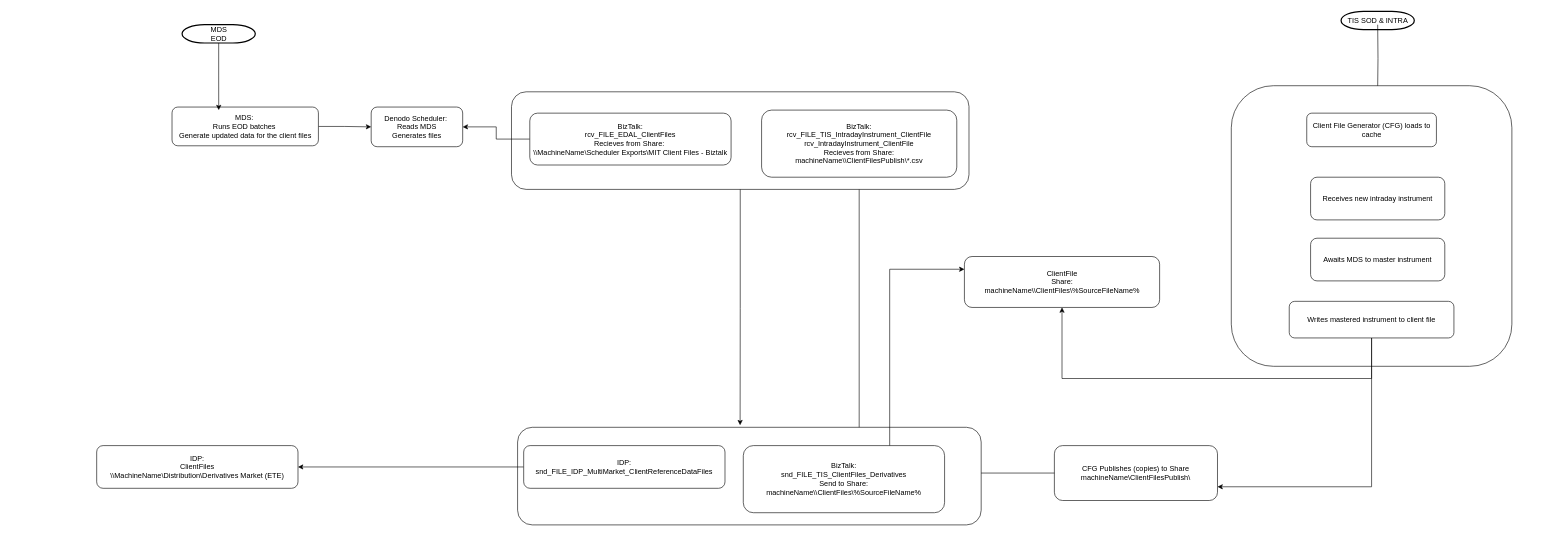
This is page "Page-1" (1 of 2) of ClientFiles.drawio from ByMadiba/Sandbox, a draw.io file, before an edit. Source tidied: cells renumbered, new cells numbered last; positions are measured from the earlier drawing's top-left corner, leaving out a move shared by most shapes. Both pictures are drawn from the tidied source at 61%, with x=0, y=0 at pixel (96, 11).
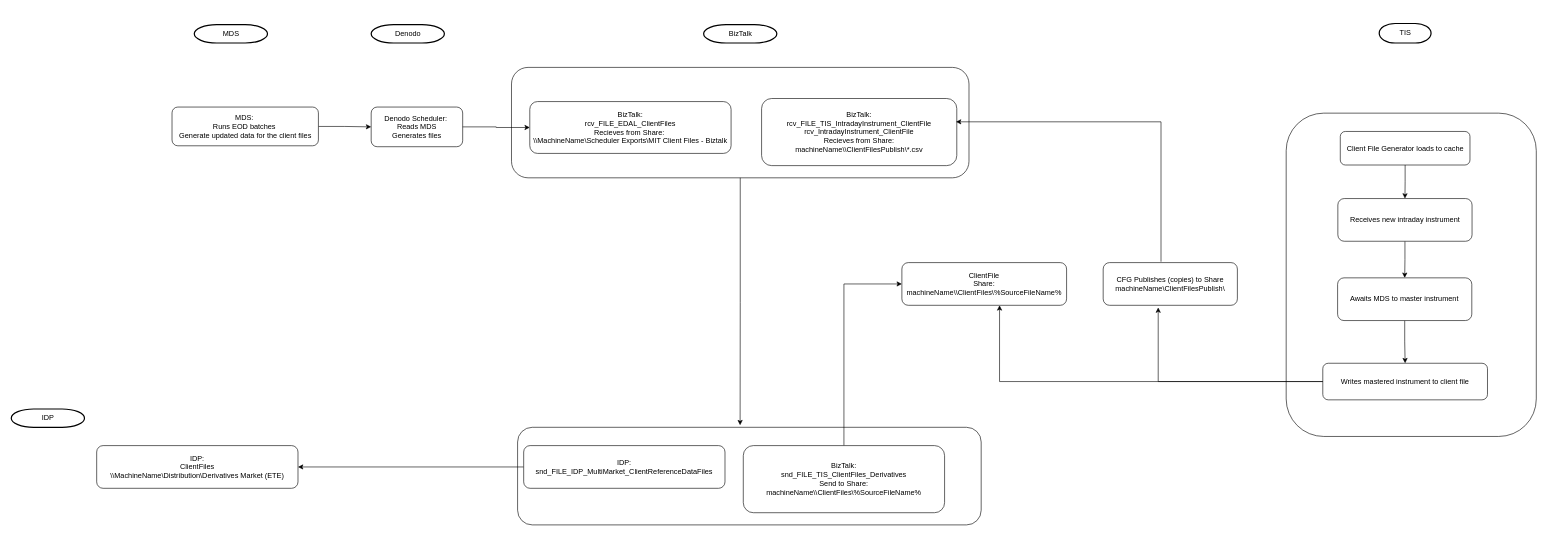
The same diagram, later.

Unchanged cells that the change refers to:
```xml
<mxCell id="3" value="Denodo Scheduler:&amp;nbsp;&lt;br style=&quot;border-color: var(--border-color);&quot;&gt;&lt;span style=&quot;&quot;&gt;Reads MDS&lt;/span&gt;&lt;br style=&quot;border-color: var(--border-color);&quot;&gt;&lt;span style=&quot;&quot;&gt;Generates files&lt;/span&gt;" style="rounded=1;whiteSpace=wrap;html=1;" parent="1" vertex="1">
  <mxGeometry x="450" y="157" width="150" height="65" as="geometry" />
</mxCell>
<mxCell id="5" value="MDS:&amp;nbsp;&lt;div style=&quot;border-color: var(--border-color);&quot;&gt;Runs EOD batches&amp;nbsp;&lt;/div&gt;&lt;div style=&quot;border-color: var(--border-color);&quot;&gt;Generate updated data for the client files&lt;/div&gt;" style="rounded=1;whiteSpace=wrap;html=1;" parent="1" vertex="1">
  <mxGeometry x="123.5" y="157" width="240" height="63.5" as="geometry" />
</mxCell>
<mxCell id="13" value="BizTalk:&lt;br style=&quot;border-color: var(--border-color);&quot;&gt;&lt;span style=&quot;&quot;&gt;snd_FILE_TIS_ClientFiles_Derivatives&lt;/span&gt;&lt;br style=&quot;border-color: var(--border-color);&quot;&gt;&lt;span style=&quot;&quot;&gt;Send to Share:&lt;/span&gt;&lt;br style=&quot;border-color: var(--border-color);&quot;&gt;&lt;span style=&quot;&quot;&gt;machineName\\ClientFiles\%SourceFileName%&lt;/span&gt;" style="rounded=1;whiteSpace=wrap;html=1;" parent="1" vertex="1">
  <mxGeometry x="1060" y="712" width="330" height="110" as="geometry" />
</mxCell>
```

Change to the diagram source:
```diff
@@
-    <mxCell id="2" value="MDS&lt;br&gt;EOD" style="shape=mxgraph.flowchart.terminator;strokeWidth=2;gradientColor=none;gradientDirection=north;fontStyle=0;html=1;" parent="1" vertex="1">
-      <mxGeometry x="140" y="22" width="120" height="30" as="geometry" />
+    <mxCell id="2" value="MDS" style="shape=mxgraph.flowchart.terminator;strokeWidth=2;gradientColor=none;gradientDirection=north;fontStyle=0;html=1;" parent="1" vertex="1">
+      <mxGeometry x="160" y="22" width="120" height="30" as="geometry" />
     </mxCell>
@@
     <mxCell id="7" value="ClientFile&lt;br style=&quot;border-color: var(--border-color);&quot;&gt;&lt;span style=&quot;&quot;&gt;Share:&lt;/span&gt;&lt;br style=&quot;border-color: var(--border-color);&quot;&gt;&lt;span style=&quot;&quot;&gt;machineName\\ClientFiles\%SourceFileName%&lt;/span&gt;" style="rounded=1;whiteSpace=wrap;html=1;" parent="1" vertex="1">
-      <mxGeometry x="1422.5" y="402" width="320" height="83.5" as="geometry" />
+      <mxGeometry x="1320" y="412" width="270" height="70" as="geometry" />
     </mxCell>
     <mxCell id="8" value="CFG Publishes (copies) to Share&lt;br style=&quot;border-color: var(--border-color);&quot;&gt;&lt;span style=&quot;&quot;&gt;machineName\ClientFilesPublish\&lt;/span&gt;" style="rounded=1;whiteSpace=wrap;html=1;" parent="1" vertex="1">
-      <mxGeometry x="1570" y="712" width="267.4" height="90" as="geometry" />
+      <mxGeometry x="1650" y="412" width="220" height="70" as="geometry" />
     </mxCell>
-    <mxCell id="9" style="edgeStyle=orthogonalEdgeStyle;rounded=0;jettySize=auto;html=1;" parent="1" edge="1" source="8" target="18">
-      <mxGeometry relative="1" as="geometry" />
-    </mxCell>
@@
-    <mxCell id="12" style="edgeStyle=orthogonalEdgeStyle;rounded=0;jettySize=auto;html=1;entryX=0;entryY=0.25;entryDx=0;entryDy=0;exitX=0.75;exitY=0;exitDx=0;exitDy=0;" parent="1" edge="1" target="7">
-      <mxGeometry relative="1" as="geometry">
-        <mxPoint x="1300" y="722" as="sourcePoint" />
-        <Array as="points">
-          <mxPoint x="1300.5" y="423" />
-        </Array>
-      </mxGeometry>
-    </mxCell>
+    <mxCell id="30" style="edgeStyle=orthogonalEdgeStyle;rounded=0;jettySize=auto;html=1;entryX=0;entryY=0.5;entryDx=0;entryDy=0;" parent="1" edge="1" source="13" target="7">
+      <mxGeometry relative="1" as="geometry" />
+    </mxCell>
@@
     <mxCell id="15" style="rounded=1;whiteSpace=wrap;html=1;" parent="1" vertex="1">
-      <mxGeometry x="680" y="132" width="750" height="160" as="geometry" />
+      <mxGeometry x="680" y="92" width="750" height="181" as="geometry" />
     </mxCell>
-    <mxCell id="16" style="edgeStyle=orthogonalEdgeStyle;rounded=0;jettySize=auto;html=1;" parent="1" edge="1" source="17" target="3">
-      <mxGeometry relative="1" as="geometry" />
-    </mxCell>
     <mxCell id="17" value="BizTalk:&lt;br style=&quot;border-color: var(--border-color);&quot;&gt;&lt;span style=&quot;&quot;&gt;rcv_FILE_EDAL_ClientFiles&lt;/span&gt;&lt;br style=&quot;border-color: var(--border-color);&quot;&gt;&lt;span style=&quot;&quot;&gt;Recieves from Share:&amp;nbsp;&lt;/span&gt;&lt;br style=&quot;border-color: var(--border-color);&quot;&gt;&lt;span style=&quot;&quot;&gt;\\MachineName\Scheduler Exports\MIT Client Files - Biztalk&lt;/span&gt;" style="rounded=1;whiteSpace=wrap;html=1;" parent="1" vertex="1">
-      <mxGeometry x="710" y="167" width="330" height="85" as="geometry" />
+      <mxGeometry x="710" y="148" width="330" height="85" as="geometry" />
     </mxCell>
     <mxCell id="18" value="BizTalk:&lt;br style=&quot;border-color: var(--border-color);&quot;&gt;&lt;span style=&quot;&quot;&gt;rcv_FILE_TIS_IntradayInstrument_ClientFile&lt;/span&gt;&lt;br style=&quot;border-color: var(--border-color);&quot;&gt;&lt;span style=&quot;&quot;&gt;rcv_IntradayInstrument_ClientFile&lt;/span&gt;&lt;br style=&quot;border-color: var(--border-color);&quot;&gt;&lt;span style=&quot;&quot;&gt;Recieves from Share:&lt;/span&gt;&lt;br style=&quot;border-color: var(--border-color);&quot;&gt;&lt;span style=&quot;&quot;&gt;machineName\\ClientFilesPublish\*.csv&lt;/span&gt;" style="rounded=1;whiteSpace=wrap;html=1;" parent="1" vertex="1">
-      <mxGeometry x="1090" y="162" width="320" height="110" as="geometry" />
+      <mxGeometry x="1090" y="143" width="320" height="110" as="geometry" />
     </mxCell>
-    <mxCell id="19" style="edgeStyle=orthogonalEdgeStyle;rounded=0;jettySize=auto;html=1;entryX=0.319;entryY=0.079;entryDx=0;entryDy=0;entryPerimeter=0;" parent="1" edge="1" source="2" target="5">
-      <mxGeometry relative="1" as="geometry" />
-    </mxCell>
@@
+    <mxCell id="23" style="rounded=1;whiteSpace=wrap;html=1;" parent="1" vertex="1">
+      <mxGeometry x="1950" y="167" width="410" height="530" as="geometry" />
+    </mxCell>
-    <mxCell id="21" value="TIS SOD &amp;amp; INTRA" style="shape=mxgraph.flowchart.terminator;strokeWidth=2;gradientColor=none;gradientDirection=north;fontStyle=0;html=1;" parent="1" vertex="1">
-      <mxGeometry x="2040" width="120" height="30" as="geometry" />
+    <mxCell id="21" value="TIS" style="shape=mxgraph.flowchart.terminator;strokeWidth=2;gradientColor=none;gradientDirection=north;fontStyle=0;html=1;" parent="1" vertex="1">
+      <mxGeometry x="2102.5" y="20" width="85" height="32" as="geometry" />
     </mxCell>
-    <mxCell id="22" style="edgeStyle=orthogonalEdgeStyle;rounded=0;orthogonalLoop=1;jettySize=auto;html=1;entryX=0.423;entryY=0.182;entryDx=0;entryDy=0;entryPerimeter=0;" parent="1" edge="1">
-      <mxGeometry relative="1" as="geometry">
-        <mxPoint x="2100" y="22" as="sourcePoint" />
-        <mxPoint x="2099.9" y="132" as="targetPoint" />
-      </mxGeometry>
-    </mxCell>
-    <mxCell id="23" style="rounded=1;whiteSpace=wrap;html=1;" parent="1" vertex="1">
-      <mxGeometry x="1860" y="122" width="460" height="460" as="geometry" />
-    </mxCell>
+    <mxCell id="31" style="edgeStyle=orthogonalEdgeStyle;rounded=0;jettySize=auto;html=1;" parent="1" edge="1" source="24" target="25">
+      <mxGeometry relative="1" as="geometry" />
+    </mxCell>
-    <mxCell id="24" value="Client File Generator (CFG) loads to cache" style="rounded=1;whiteSpace=wrap;html=1;" parent="1" vertex="1">
-      <mxGeometry x="1983.7" y="167" width="212.6" height="55" as="geometry" />
+    <mxCell id="24" value="Client File Generator loads to cache" style="rounded=1;whiteSpace=wrap;html=1;" parent="1" vertex="1">
+      <mxGeometry x="2038.7" y="197" width="212.6" height="55" as="geometry" />
     </mxCell>
+    <mxCell id="32" style="edgeStyle=orthogonalEdgeStyle;rounded=0;jettySize=auto;html=1;" parent="1" edge="1" source="25" target="26">
+      <mxGeometry relative="1" as="geometry" />
+    </mxCell>
     <mxCell id="25" value="Receives new intraday instrument" style="rounded=1;whiteSpace=wrap;html=1;" parent="1" vertex="1">
-      <mxGeometry x="1990" y="272" width="220" height="70" as="geometry" />
+      <mxGeometry x="2034.7" y="307" width="220" height="70" as="geometry" />
     </mxCell>
+    <mxCell id="33" style="edgeStyle=orthogonalEdgeStyle;rounded=0;jettySize=auto;html=1;" parent="1" edge="1" source="26" target="29">
+      <mxGeometry relative="1" as="geometry" />
+    </mxCell>
     <mxCell id="26" value="Awaits MDS to master instrument" style="rounded=1;whiteSpace=wrap;html=1;" parent="1" vertex="1">
-      <mxGeometry x="1990" y="372" width="220" height="70" as="geometry" />
+      <mxGeometry x="2034.3" y="437" width="220" height="70" as="geometry" />
     </mxCell>
+    <mxCell id="29" value="Writes mastered instrument to client file" style="rounded=1;whiteSpace=wrap;html=1;" parent="1" vertex="1">
+      <mxGeometry x="2010" y="577" width="270" height="60" as="geometry" />
+    </mxCell>
-    <mxCell id="27" style="edgeStyle=orthogonalEdgeStyle;rounded=0;jettySize=auto;html=1;entryX=1;entryY=0.75;entryDx=0;entryDy=0;" parent="1" edge="1" source="29" target="8">
-      <mxGeometry relative="1" as="geometry">
-        <Array as="points">
-          <mxPoint x="2090" y="779" />
-        </Array>
-      </mxGeometry>
+    <mxCell id="27" style="edgeStyle=orthogonalEdgeStyle;rounded=0;jettySize=auto;html=1;entryX=0.41;entryY=1.051;entryDx=0;entryDy=0;entryPerimeter=0;" parent="1" edge="1" source="29" target="8">
+      <mxGeometry relative="1" as="geometry" />
     </mxCell>
-    <mxCell id="28" style="edgeStyle=orthogonalEdgeStyle;rounded=0;jettySize=auto;html=1;entryX=0.5;entryY=1;entryDx=0;entryDy=0;" parent="1" edge="1" source="29" target="7">
-      <mxGeometry relative="1" as="geometry">
-        <Array as="points">
-          <mxPoint x="2090" y="602" />
-          <mxPoint x="1583" y="602" />
-        </Array>
-      </mxGeometry>
+    <mxCell id="28" style="edgeStyle=orthogonalEdgeStyle;rounded=0;jettySize=auto;html=1;entryX=0.593;entryY=1;entryDx=0;entryDy=0;entryPerimeter=0;" parent="1" edge="1" source="29" target="7">
+      <mxGeometry relative="1" as="geometry" />
     </mxCell>
-    <mxCell id="29" value="Writes mastered instrument to client file" style="rounded=1;whiteSpace=wrap;html=1;" parent="1" vertex="1">
-      <mxGeometry x="1955" y="475.5" width="270" height="60" as="geometry" />
-    </mxCell>
+    <mxCell id="34" style="edgeStyle=orthogonalEdgeStyle;rounded=0;orthogonalLoop=1;jettySize=auto;html=1;entryX=0.996;entryY=0.375;entryDx=0;entryDy=0;exitX=0.431;exitY=0.022;exitDx=0;exitDy=0;exitPerimeter=0;entryPerimeter=0;" parent="1" edge="1">
+      <mxGeometry relative="1" as="geometry">
+        <mxPoint x="1744.8" y="410.5" as="sourcePoint" />
+        <mxPoint x="1408.7" y="181.2" as="targetPoint" />
+        <Array as="points">
+          <mxPoint x="1745" y="181" />
+        </Array>
+      </mxGeometry>
+    </mxCell>
+    <mxCell id="35" value="Denodo" style="shape=mxgraph.flowchart.terminator;strokeWidth=2;gradientColor=none;gradientDirection=north;fontStyle=0;html=1;" parent="1" vertex="1">
+      <mxGeometry x="450" y="22" width="120" height="30" as="geometry" />
+    </mxCell>
+    <mxCell id="36" value="BizTalk" style="shape=mxgraph.flowchart.terminator;strokeWidth=2;gradientColor=none;gradientDirection=north;fontStyle=0;html=1;" parent="1" vertex="1">
+      <mxGeometry x="995" y="22" width="120" height="30" as="geometry" />
+    </mxCell>
+    <mxCell id="37" value="IDP" style="shape=mxgraph.flowchart.terminator;strokeWidth=2;gradientColor=none;gradientDirection=north;fontStyle=0;html=1;" parent="1" vertex="1">
+      <mxGeometry x="-140" y="652" width="120" height="30" as="geometry" />
+    </mxCell>
+    <mxCell id="38" style="edgeStyle=orthogonalEdgeStyle;rounded=0;jettySize=auto;html=1;entryX=0;entryY=0.5;entryDx=0;entryDy=0;" parent="1" edge="1" source="3" target="17">
+      <mxGeometry relative="1" as="geometry" />
+    </mxCell>
```
